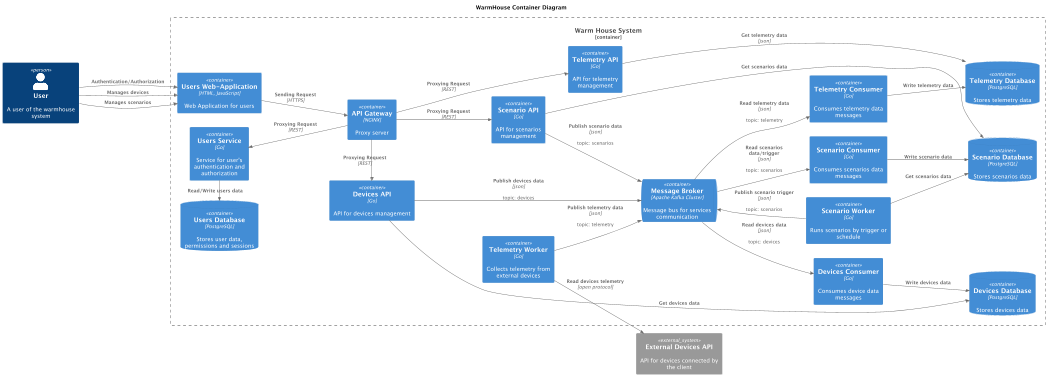
Above: schemas/to_be/containers.png in santechniqueue/warmhouse (PlantUML), before the change.
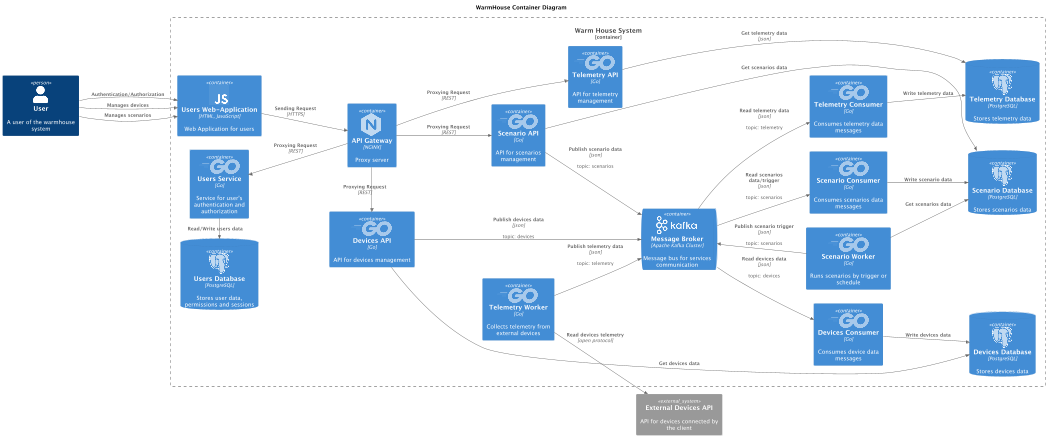
The same diagram one commit later.

Diff of the diagram source:
```diff
@@ -3,33 +3,40 @@
 
 left to right direction
 
-!includeurl https://raw.githubusercontent.com/RicardoNiepel/C4-PlantUML/master/C4_Container.puml
+!include https://raw.githubusercontent.com/plantuml-stdlib/C4-PlantUML/master/C4_Container.puml
+
+!define SPRITES https://raw.githubusercontent.com/plantuml-stdlib/gilbarbara-plantuml-sprites/master/sprites
+!include SPRITES/go.puml
+!include SPRITES/postgresql.puml
+!include SPRITES/nginx.puml
+!include SPRITES/javascript.puml
+!include SPRITES/kafka.puml
 
 Person(User, "User", "A user of the warmhouse system")
 
 Container_Boundary(WarmHouseBoundary, "Warm House System") {
-  Container(WebApplication, "Users Web-Application", "HTML, JavaScript", "Web Application for users")
+  Container(WebApplication, "Users Web-Application", "HTML, JavaScript", "Web Application for users", $sprite="javascript")
 
-  Container(UsersService, "Users Service", "Go", "Service for user's authentication and authorization")
-  ContainerDb(UsersDatabase, "Users Database", "PostgreSQL", "Stores user data, permissions and sessions")
+  Container(UsersService, "Users Service", "Go", "Service for user's authentication and authorization", $sprite="go")
+  ContainerDb(UsersDatabase, "Users Database", "PostgreSQL", "Stores user data, permissions and sessions", $sprite="postgresql")
 
-  Container(DevicesAPI, "Devices API", "Go", "API for devices management")
-  Container(DevicesConsumer, "Devices Consumer", "Go", "Consumes device data messages")
-  ContainerDb(DevicesDatabase, "Devices Database", "PostgreSQL", "Stores devices data")
+  Container(DevicesAPI, "Devices API", "Go", "API for devices management", $sprite="go")
+  Container(DevicesConsumer, "Devices Consumer", "Go", "Consumes device data messages", $sprite="go")
+  ContainerDb(DevicesDatabase, "Devices Database", "PostgreSQL", "Stores devices data", $sprite="postgresql")
 
-  Container(ScenarioAPI, "Scenario API", "Go", "API for scenarios management")
-  Container(ScenarioConsumer, "Scenario Consumer", "Go", "Consumes scenarios data messages")
-  Container(ScenarioWorker, "Scenario Worker", "Go", "Runs scenarios by trigger or schedule")
-  ContainerDb(ScenarioDatabase, "Scenario Database", "PostgreSQL", "Stores scenarios data")
+  Container(ScenarioAPI, "Scenario API", "Go", "API for scenarios management", $sprite="go")
+  Container(ScenarioConsumer, "Scenario Consumer", "Go", "Consumes scenarios data messages", $sprite="go")
+  Container(ScenarioWorker, "Scenario Worker", "Go", "Runs scenarios by trigger or schedule", $sprite="go")
+  ContainerDb(ScenarioDatabase, "Scenario Database", "PostgreSQL", "Stores scenarios data", $sprite="postgresql")
 
-  Container(TelemetryAPI, "Telemetry API", "Go", "API for telemetry management")
-  Container(TelemetryConsumer, "Telemetry Consumer", "Go", "Consumes telemetry data messages")
-  Container(TelemetryWorker, "Telemetry Worker", "Go", "Collects telemetry from external devices")
-  ContainerDb(TelemetryDatabase, "Telemetry Database", "PostgreSQL", "Stores telemetry data")
+  Container(TelemetryAPI, "Telemetry API", "Go", "API for telemetry management", $sprite="go")
+  Container(TelemetryConsumer, "Telemetry Consumer", "Go", "Consumes telemetry data messages", $sprite="go")
+  Container(TelemetryWorker, "Telemetry Worker", "Go", "Collects telemetry from external devices", $sprite="go")
+  ContainerDb(TelemetryDatabase, "Telemetry Database", "PostgreSQL", "Stores telemetry data", $sprite="postgresql")
 
-  Container(APIGateway, "API Gateway", "NGINX", "Proxy server")
+  Container(APIGateway, "API Gateway", "NGINX", "Proxy server", $sprite="nginx")
 
-  ContainerQueue(MessageBroker, "Message Broker", "Apache Kafka Cluster", "Message bus for services communication")
+  ContainerQueue(MessageBroker, "Message Broker", "Apache Kafka Cluster", "Message bus for services communication", $sprite="kafka")
 }
 
 System_Ext(ExternalDevicesAPI, "External Devices API", "API for devices connected by the client")
```
